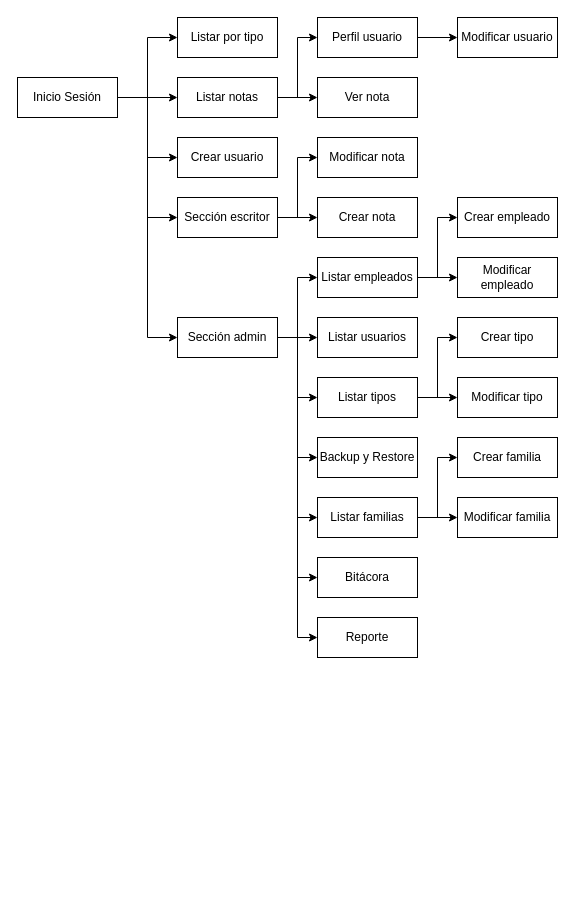
The draw.io diagram page "Navegacion" (1 of 2) of Tecnologia/MapaNavegacion.drawio in MartinSob/tfi-my-news, before the edit. Source tidied: cells renumbered, new cells numbered last; positions are measured from the earlier drawing's top-left corner, leaving out a move shared by most shapes. Both pictures are drawn from the tidied source at 100%, with x=0, y=0 at pixel (17, 17).
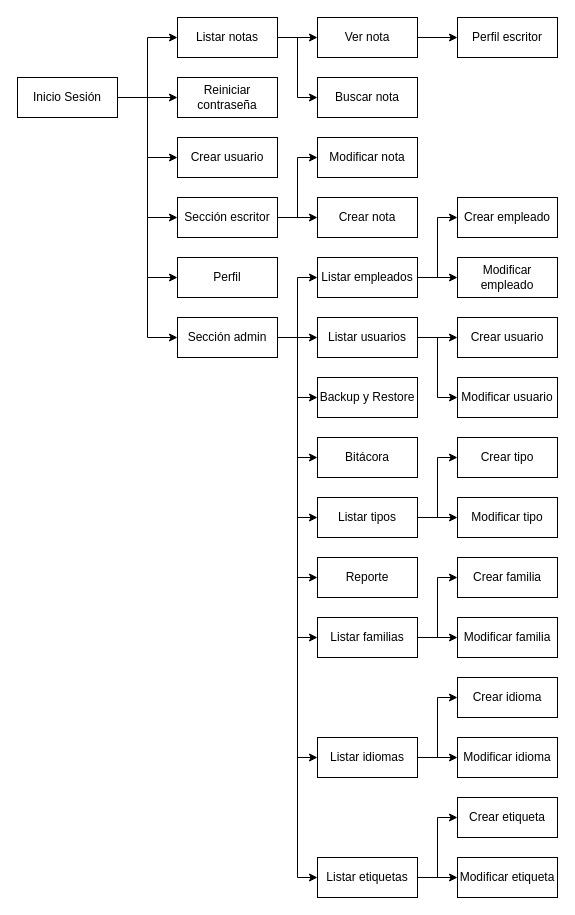
The same diagram, later.

The change refers to these unchanged cells:
```xml
<mxCell id="7" value="Inicio Sesión" style="rounded=0;whiteSpace=wrap;html=1;" parent="1" vertex="1">
  <mxGeometry y="60" width="100" height="40" as="geometry" />
</mxCell>
<mxCell id="23" value="Sección admin" style="rounded=0;whiteSpace=wrap;html=1;" parent="1" vertex="1">
  <mxGeometry x="160" y="300" width="100" height="40" as="geometry" />
</mxCell>
<mxCell id="40" value="Listar usuarios" style="rounded=0;whiteSpace=wrap;html=1;" parent="1" vertex="1">
  <mxGeometry x="300" y="300" width="100" height="40" as="geometry" />
</mxCell>
```

Diff of the diagram source:
```diff
@@
-    <mxCell id="4" style="edgeStyle=orthogonalEdgeStyle;rounded=0;jettySize=auto;html=1;exitX=1;exitY=0.5;exitDx=0;exitDy=0;entryX=0;entryY=0.5;entryDx=0;entryDy=0;" parent="1" edge="1" source="7" target="8">
-      <mxGeometry relative="1" as="geometry" />
-    </mxCell>
@@
+    <mxCell id="49" style="edgeStyle=orthogonalEdgeStyle;rounded=0;jettySize=auto;html=1;exitX=1;exitY=0.5;exitDx=0;exitDy=0;entryX=0;entryY=0.5;entryDx=0;entryDy=0;" parent="1" edge="1" source="7" target="57">
+      <mxGeometry relative="1" as="geometry" />
+    </mxCell>
+    <mxCell id="50" style="edgeStyle=orthogonalEdgeStyle;rounded=0;jettySize=auto;html=1;exitX=1;exitY=0.5;exitDx=0;exitDy=0;entryX=0;entryY=0.5;entryDx=0;entryDy=0;" parent="1" edge="1" source="7" target="41">
+      <mxGeometry relative="1" as="geometry" />
+    </mxCell>
@@
-    <mxCell id="8" value="Listar por tipo" style="rounded=0;whiteSpace=wrap;html=1;" parent="1" vertex="1">
-      <mxGeometry x="160" width="100" height="40" as="geometry" />
-    </mxCell>
@@
-    <mxCell id="10" style="edgeStyle=orthogonalEdgeStyle;rounded=0;jettySize=auto;html=1;exitX=1;exitY=0.5;exitDx=0;exitDy=0;entryX=0;entryY=0.5;entryDx=0;entryDy=0;" parent="1" edge="1" source="11" target="14">
-      <mxGeometry relative="1" as="geometry" />
-    </mxCell>
+    <mxCell id="51" style="edgeStyle=orthogonalEdgeStyle;rounded=0;jettySize=auto;html=1;exitX=1;exitY=0.5;exitDx=0;exitDy=0;entryX=0;entryY=0.5;entryDx=0;entryDy=0;" parent="1" edge="1" source="11" target="58">
+      <mxGeometry relative="1" as="geometry" />
+    </mxCell>
     <mxCell id="11" value="Listar notas" style="rounded=0;whiteSpace=wrap;html=1;" parent="1" vertex="1">
-      <mxGeometry x="160" y="60" width="100" height="40" as="geometry" />
+      <mxGeometry x="160" width="100" height="40" as="geometry" />
     </mxCell>
+    <mxCell id="52" style="edgeStyle=orthogonalEdgeStyle;rounded=0;jettySize=auto;html=1;exitX=1;exitY=0.5;exitDx=0;exitDy=0;entryX=0;entryY=0.5;entryDx=0;entryDy=0;" parent="1" edge="1" source="12" target="14">
+      <mxGeometry relative="1" as="geometry" />
+    </mxCell>
     <mxCell id="12" value="Ver nota" style="rounded=0;whiteSpace=wrap;html=1;" parent="1" vertex="1">
-      <mxGeometry x="300" y="60" width="100" height="40" as="geometry" />
+      <mxGeometry x="300" width="100" height="40" as="geometry" />
     </mxCell>
-    <mxCell id="13" style="edgeStyle=orthogonalEdgeStyle;rounded=0;jettySize=auto;html=1;exitX=1;exitY=0.5;exitDx=0;exitDy=0;entryX=0;entryY=0.5;entryDx=0;entryDy=0;" parent="1" edge="1" source="14" target="41">
-      <mxGeometry relative="1" as="geometry" />
-    </mxCell>
-    <mxCell id="14" value="Perfil usuario" style="rounded=0;whiteSpace=wrap;html=1;" parent="1" vertex="1">
-      <mxGeometry x="300" width="100" height="40" as="geometry" />
+    <mxCell id="14" value="Perfil escritor" style="rounded=0;whiteSpace=wrap;html=1;" parent="1" vertex="1">
+      <mxGeometry x="440" width="100" height="40" as="geometry" />
     </mxCell>
     <mxCell id="15" value="Reporte" style="rounded=0;whiteSpace=wrap;html=1;" parent="1" vertex="1">
-      <mxGeometry x="300" y="600" width="100" height="40" as="geometry" />
+      <mxGeometry x="300" y="540" width="100" height="40" as="geometry" />
     </mxCell>
@@
+    <mxCell id="53" style="edgeStyle=orthogonalEdgeStyle;rounded=0;jettySize=auto;html=1;exitX=1;exitY=0.5;exitDx=0;exitDy=0;entryX=0;entryY=0.5;entryDx=0;entryDy=0;" parent="1" edge="1" source="23" target="63">
+      <mxGeometry relative="1" as="geometry" />
+    </mxCell>
+    <mxCell id="54" style="edgeStyle=orthogonalEdgeStyle;rounded=0;jettySize=auto;html=1;exitX=1;exitY=0.5;exitDx=0;exitDy=0;entryX=0;entryY=0.5;entryDx=0;entryDy=0;" parent="1" edge="1" source="23" target="68">
+      <mxGeometry relative="1" as="geometry" />
+    </mxCell>
@@
     <mxCell id="31" value="Listar tipos" style="rounded=0;whiteSpace=wrap;html=1;" parent="1" vertex="1">
-      <mxGeometry x="300" y="360" width="100" height="40" as="geometry" />
+      <mxGeometry x="300" y="480" width="100" height="40" as="geometry" />
     </mxCell>
     <mxCell id="32" value="Modificar tipo" style="rounded=0;whiteSpace=wrap;html=1;" parent="1" vertex="1">
-      <mxGeometry x="440" y="360" width="100" height="40" as="geometry" />
+      <mxGeometry x="440" y="480" width="100" height="40" as="geometry" />
     </mxCell>
@@
     <mxCell id="35" value="Listar familias" style="rounded=0;whiteSpace=wrap;html=1;" parent="1" vertex="1">
-      <mxGeometry x="300" y="480" width="100" height="40" as="geometry" />
+      <mxGeometry x="300" y="600" width="100" height="40" as="geometry" />
     </mxCell>
     <mxCell id="36" value="Modificar familia" style="rounded=0;whiteSpace=wrap;html=1;" parent="1" vertex="1">
-      <mxGeometry x="440" y="480" width="100" height="40" as="geometry" />
+      <mxGeometry x="440" y="600" width="100" height="40" as="geometry" />
     </mxCell>
     <mxCell id="37" value="Bitácora" style="rounded=0;whiteSpace=wrap;html=1;" parent="1" vertex="1">
-      <mxGeometry x="300" y="540" width="100" height="40" as="geometry" />
+      <mxGeometry x="300" y="420" width="100" height="40" as="geometry" />
     </mxCell>
     <mxCell id="38" value="Backup y Restore" style="rounded=0;whiteSpace=wrap;html=1;" parent="1" vertex="1">
-      <mxGeometry x="300" y="420" width="100" height="40" as="geometry" />
+      <mxGeometry x="300" y="360" width="100" height="40" as="geometry" />
     </mxCell>
@@
+    <mxCell id="55" style="edgeStyle=orthogonalEdgeStyle;rounded=0;jettySize=auto;html=1;exitX=1;exitY=0.5;exitDx=0;exitDy=0;entryX=0;entryY=0.5;entryDx=0;entryDy=0;" parent="1" edge="1" source="40" target="60">
+      <mxGeometry relative="1" as="geometry" />
+    </mxCell>
+    <mxCell id="56" style="edgeStyle=orthogonalEdgeStyle;rounded=0;jettySize=auto;html=1;exitX=1;exitY=0.5;exitDx=0;exitDy=0;entryX=0;entryY=0.5;entryDx=0;entryDy=0;" parent="1" edge="1" source="40" target="59">
+      <mxGeometry relative="1" as="geometry" />
+    </mxCell>
@@
-    <mxCell id="41" value="Modificar usuario" style="rounded=0;whiteSpace=wrap;html=1;" parent="1" vertex="1">
-      <mxGeometry x="440" width="100" height="40" as="geometry" />
+    <mxCell id="41" value="Perfil" style="rounded=0;whiteSpace=wrap;html=1;" parent="1" vertex="1">
+      <mxGeometry x="160" y="240" width="100" height="40" as="geometry" />
     </mxCell>
@@
     <mxCell id="47" value="Crear tipo" style="rounded=0;whiteSpace=wrap;html=1;" parent="1" vertex="1">
-      <mxGeometry x="440" y="300" width="100" height="40" as="geometry" />
+      <mxGeometry x="440" y="420" width="100" height="40" as="geometry" />
     </mxCell>
     <mxCell id="48" value="Crear familia" style="rounded=0;whiteSpace=wrap;html=1;" parent="1" vertex="1">
-      <mxGeometry x="440" y="420" width="100" height="40" as="geometry" />
+      <mxGeometry x="440" y="540" width="100" height="40" as="geometry" />
     </mxCell>
+    <mxCell id="57" value="Reiniciar contraseña" style="rounded=0;whiteSpace=wrap;html=1;" parent="1" vertex="1">
+      <mxGeometry x="160" y="60" width="100" height="40" as="geometry" />
+    </mxCell>
+    <mxCell id="58" value="Buscar nota" style="rounded=0;whiteSpace=wrap;html=1;" parent="1" vertex="1">
+      <mxGeometry x="300" y="60" width="100" height="40" as="geometry" />
+    </mxCell>
+    <mxCell id="59" value="Modificar usuario" style="rounded=0;whiteSpace=wrap;html=1;" parent="1" vertex="1">
+      <mxGeometry x="440" y="360" width="100" height="40" as="geometry" />
+    </mxCell>
+    <mxCell id="60" value="Crear usuario" style="rounded=0;whiteSpace=wrap;html=1;" parent="1" vertex="1">
+      <mxGeometry x="440" y="300" width="100" height="40" as="geometry" />
+    </mxCell>
+    <mxCell id="61" style="edgeStyle=orthogonalEdgeStyle;rounded=0;jettySize=auto;html=1;exitX=1;exitY=0.5;exitDx=0;exitDy=0;entryX=0;entryY=0.5;entryDx=0;entryDy=0;" parent="1" edge="1" source="63" target="65">
+      <mxGeometry relative="1" as="geometry" />
+    </mxCell>
+    <mxCell id="62" style="edgeStyle=orthogonalEdgeStyle;rounded=0;jettySize=auto;html=1;exitX=1;exitY=0.5;exitDx=0;exitDy=0;entryX=0;entryY=0.5;entryDx=0;entryDy=0;" parent="1" edge="1" source="63" target="64">
+      <mxGeometry relative="1" as="geometry" />
+    </mxCell>
+    <mxCell id="63" value="Listar idiomas" style="rounded=0;whiteSpace=wrap;html=1;" parent="1" vertex="1">
+      <mxGeometry x="300" y="720" width="100" height="40" as="geometry" />
+    </mxCell>
+    <mxCell id="64" value="Modificar idioma" style="rounded=0;whiteSpace=wrap;html=1;" parent="1" vertex="1">
+      <mxGeometry x="440" y="720" width="100" height="40" as="geometry" />
+    </mxCell>
+    <mxCell id="65" value="Crear idioma" style="rounded=0;whiteSpace=wrap;html=1;" parent="1" vertex="1">
+      <mxGeometry x="440" y="660" width="100" height="40" as="geometry" />
+    </mxCell>
+    <mxCell id="66" style="edgeStyle=orthogonalEdgeStyle;rounded=0;jettySize=auto;html=1;exitX=1;exitY=0.5;exitDx=0;exitDy=0;entryX=0;entryY=0.5;entryDx=0;entryDy=0;" parent="1" edge="1" source="68" target="70">
+      <mxGeometry relative="1" as="geometry" />
+    </mxCell>
+    <mxCell id="67" style="edgeStyle=orthogonalEdgeStyle;rounded=0;jettySize=auto;html=1;exitX=1;exitY=0.5;exitDx=0;exitDy=0;entryX=0;entryY=0.5;entryDx=0;entryDy=0;" parent="1" edge="1" source="68" target="69">
+      <mxGeometry relative="1" as="geometry" />
+    </mxCell>
+    <mxCell id="68" value="Listar etiquetas" style="rounded=0;whiteSpace=wrap;html=1;" parent="1" vertex="1">
+      <mxGeometry x="300" y="840" width="100" height="40" as="geometry" />
+    </mxCell>
+    <mxCell id="69" value="Modificar etiqueta" style="rounded=0;whiteSpace=wrap;html=1;" parent="1" vertex="1">
+      <mxGeometry x="440" y="840" width="100" height="40" as="geometry" />
+    </mxCell>
+    <mxCell id="70" value="Crear etiqueta" style="rounded=0;whiteSpace=wrap;html=1;" parent="1" vertex="1">
+      <mxGeometry x="440" y="780" width="100" height="40" as="geometry" />
+    </mxCell>
```
